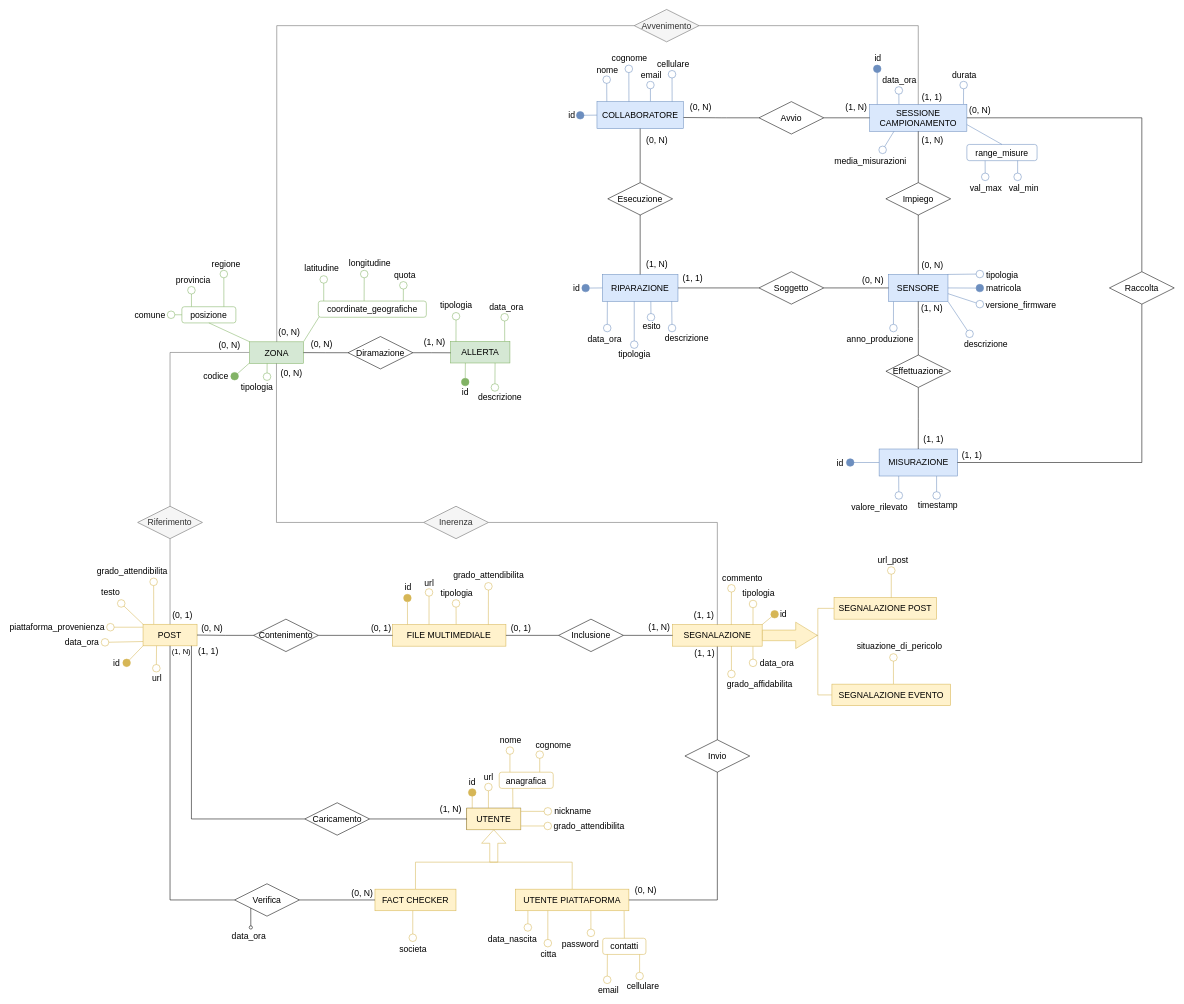
This is page "RID. - Diagramma completo" (8 of 9) of diagramma-er.drawio from faffolao/ProgettoBD2022, a draw.io file, before an edit. Source tidied: cells renumbered, new cells numbered last; positions are measured from the earlier drawing's top-left corner, leaving out a move shared by most shapes. Both pictures are drawn from the tidied source at 54%, with x=0, y=0 at pixel (105, 9).
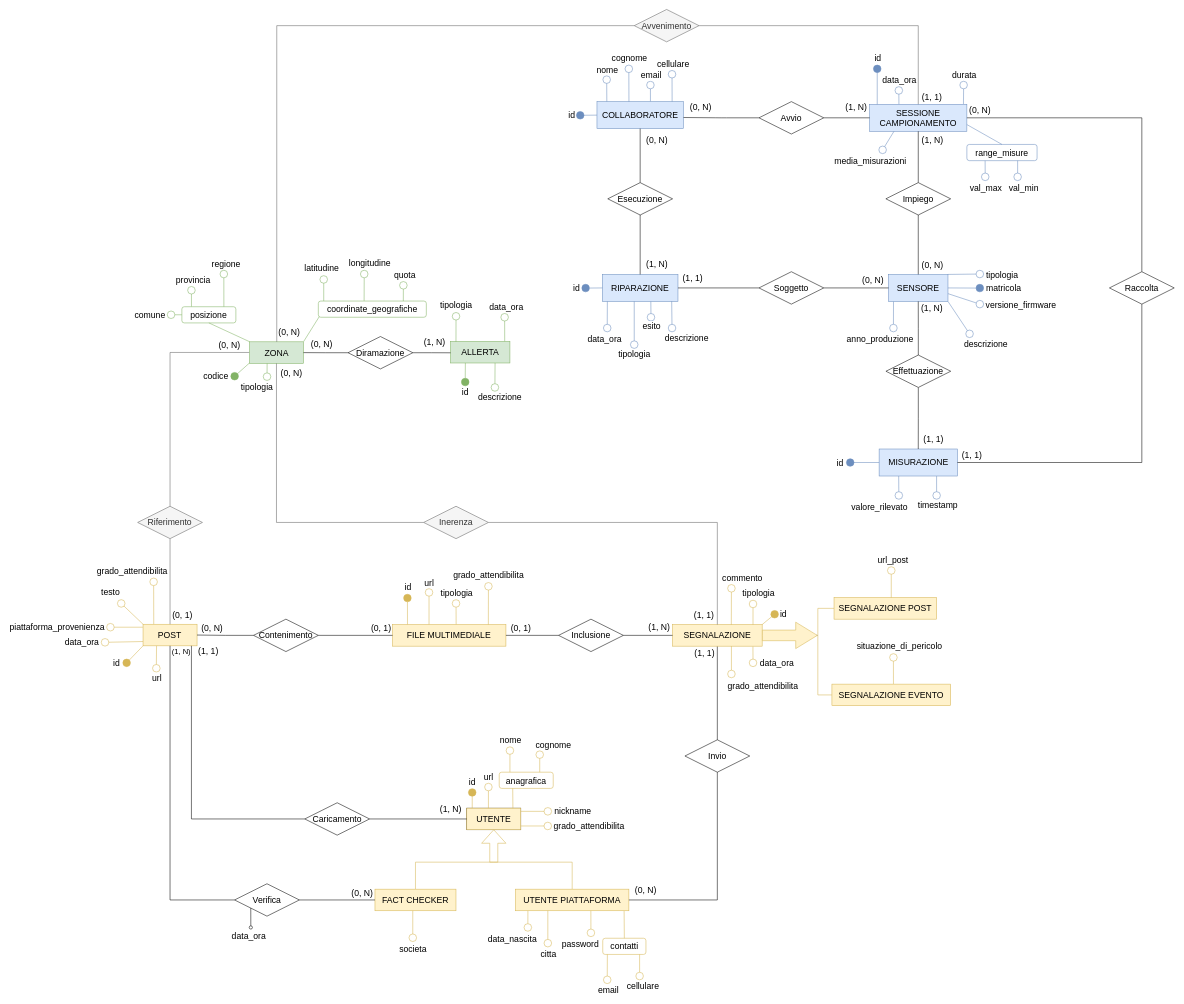
The same diagram, later.

Unchanged cells that the change refers to:
```xml
<mxCell id="167" style="endArrow=none;html=1;rounded=0;strokeColor=#d6b656;strokeWidth=1;fontSize=12;startSize=14;endSize=14;endFill=0;startArrow=oval;startFill=0;fillColor=#fff2cc;" parent="1" edge="1">
  <mxGeometry relative="1" as="geometry">
    <mxPoint x="1160" y="1230.6" as="sourcePoint" />
    <mxPoint x="1160" y="1179.1" as="targetPoint" />
  </mxGeometry>
</mxCell>
```

What changed in the source:
```diff
@@
-    <mxCell id="168" value="grado_affidabilita" style="edgeLabel;html=1;align=center;verticalAlign=middle;fontSize=16;" parent="167" vertex="1">
+    <mxCell id="168" value="grado_attendibilita" style="edgeLabel;html=1;align=center;verticalAlign=middle;fontSize=16;" parent="167" vertex="1">
       <mxGeometry x="0.63" relative="1" as="geometry">
-        <mxPoint x="51" y="61" as="offset" />
+        <mxPoint x="57" y="63" as="offset" />
       </mxGeometry>
     </mxCell>
```
